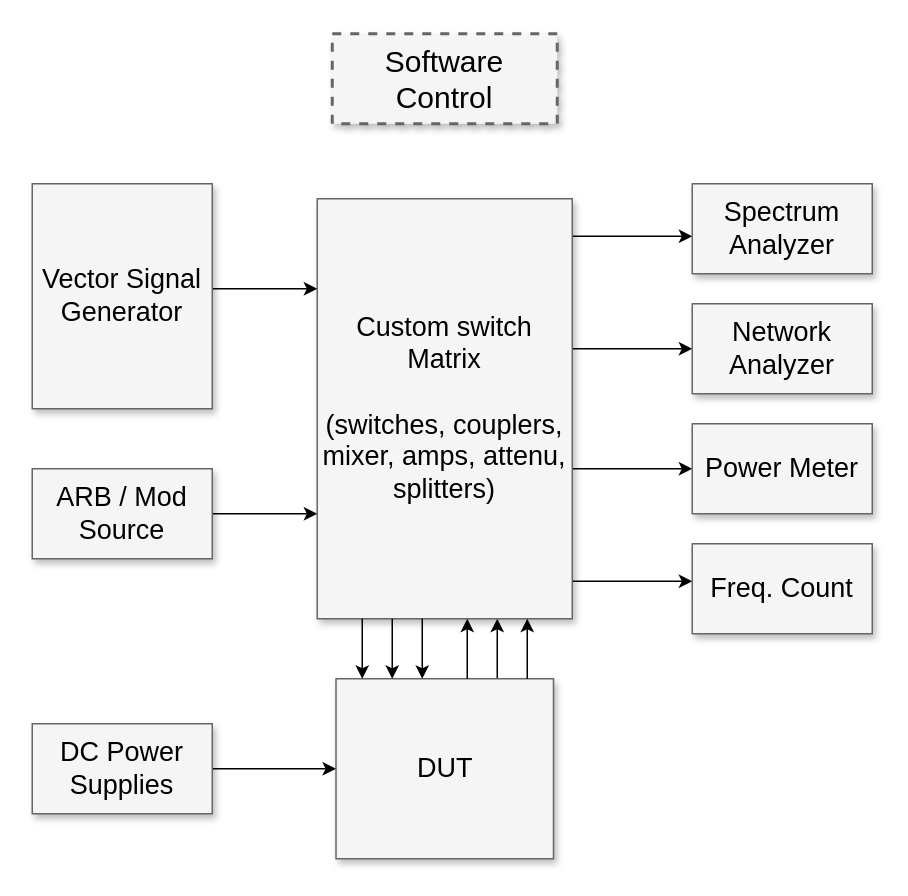
This is RDI1_Draw/RDI1_.drawio from lordHodges/docsTestduino, a draw.io file, before an edit. Source tidied: cells renumbered, new cells numbered last; positions are measured from the earlier drawing's top-left corner, leaving out a move shared by most shapes. Both pictures are drawn from the tidied source at 150%, with x=0, y=0 at pixel (32, 33).
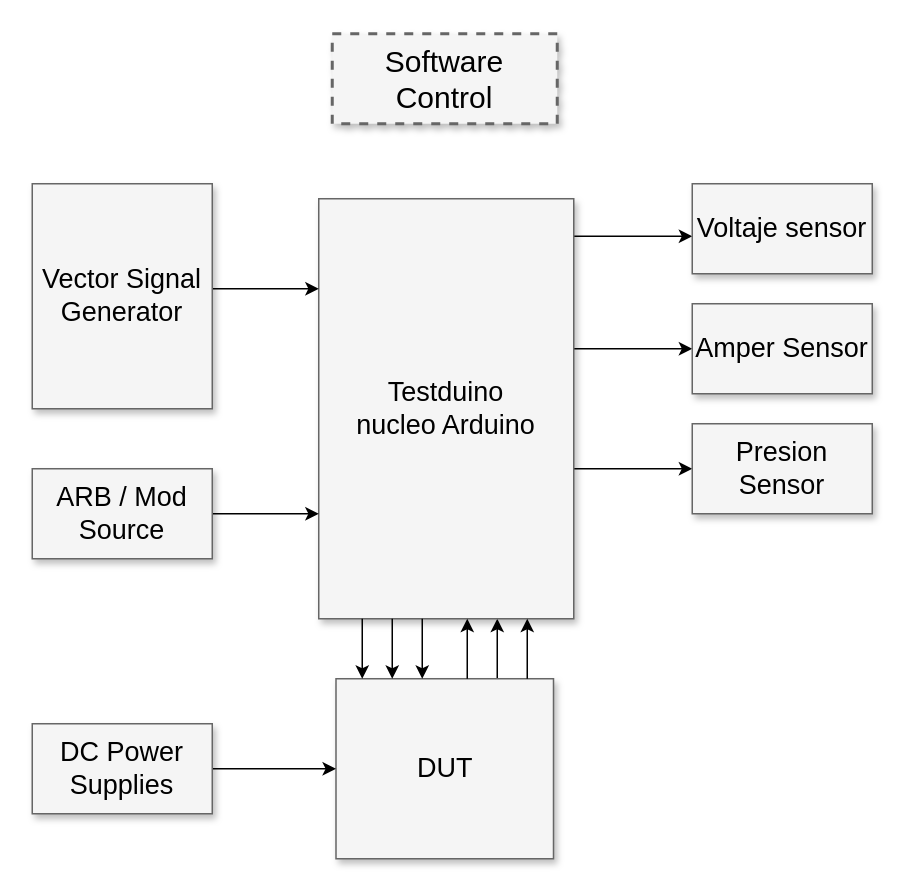
The same page after the edit.

The edit, as a diff of the source:
```diff
@@
-    <mxCell id="6" style="edgeStyle=elbowEdgeStyle;rounded=0;html=1;startArrow=none;startFill=0;jettySize=auto;fontSize=18;elbow=vertical;" parent="1" edge="1" source="8" target="12">
-      <mxGeometry relative="1" as="geometry" />
-    </mxCell>
@@
-    <mxCell id="8" value="Custom switch Matrix&lt;div&gt;&lt;br&gt;&lt;/div&gt;&lt;div&gt;(switches, couplers, mixer, amps, attenu, splitters)&lt;/div&gt;" style="whiteSpace=wrap;html=1;shadow=1;fontSize=18;fillColor=#f5f5f5;strokeColor=#666666;" parent="1" vertex="1">
-      <mxGeometry x="190" y="110" width="170" height="280" as="geometry" />
+    <mxCell id="8" value="Testduino&lt;br&gt;nucleo Arduino" style="whiteSpace=wrap;html=1;shadow=1;fontSize=18;fillColor=#f5f5f5;strokeColor=#666666;" parent="1" vertex="1">
+      <mxGeometry x="191" y="110" width="170" height="280" as="geometry" />
     </mxCell>
-    <mxCell id="9" value="Spectrum Analyzer" style="whiteSpace=wrap;html=1;shadow=1;fontSize=18;fillColor=#f5f5f5;strokeColor=#666666;" parent="1" vertex="1">
+    <mxCell id="9" value="Voltaje sensor" style="whiteSpace=wrap;html=1;shadow=1;fontSize=18;fillColor=#f5f5f5;strokeColor=#666666;" parent="1" vertex="1">
       <mxGeometry x="440" y="100" width="120" height="60" as="geometry" />
     </mxCell>
-    <mxCell id="10" value="Network Analyzer" style="whiteSpace=wrap;html=1;shadow=1;fontSize=18;fillColor=#f5f5f5;strokeColor=#666666;" parent="1" vertex="1">
+    <mxCell id="10" value="Amper Sensor" style="whiteSpace=wrap;html=1;shadow=1;fontSize=18;fillColor=#f5f5f5;strokeColor=#666666;" parent="1" vertex="1">
       <mxGeometry x="440" y="180" width="120" height="60" as="geometry" />
     </mxCell>
-    <mxCell id="11" value="Power Meter" style="whiteSpace=wrap;html=1;shadow=1;fontSize=18;fillColor=#f5f5f5;strokeColor=#666666;" parent="1" vertex="1">
+    <mxCell id="11" value="Presion Sensor" style="whiteSpace=wrap;html=1;shadow=1;fontSize=18;fillColor=#f5f5f5;strokeColor=#666666;" parent="1" vertex="1">
       <mxGeometry x="440" y="260" width="120" height="60" as="geometry" />
     </mxCell>
-    <mxCell id="12" value="Freq. Count" style="whiteSpace=wrap;html=1;shadow=1;fontSize=18;fillColor=#f5f5f5;strokeColor=#666666;" parent="1" vertex="1">
-      <mxGeometry x="440" y="340" width="120" height="60" as="geometry" />
-    </mxCell>
```
